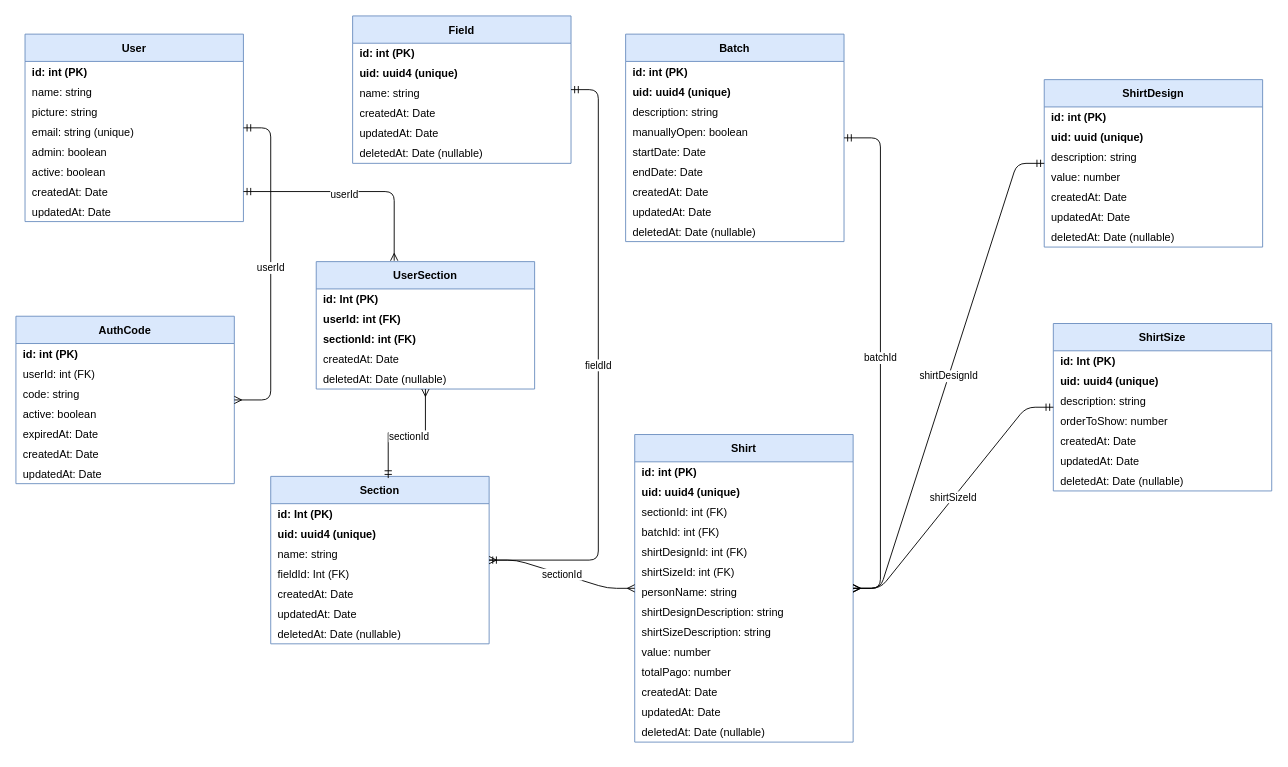
Before: docs/diagrama-db.drawio in gelira/ujad-camisas, a draw.io diagram. Source tidied: cells renumbered, new cells numbered last; positions are measured from the earlier drawing's top-left corner, leaving out a move shared by most shapes. Both pictures are drawn from the tidied source at 91%, with x=0, y=0 at pixel (15, 15).
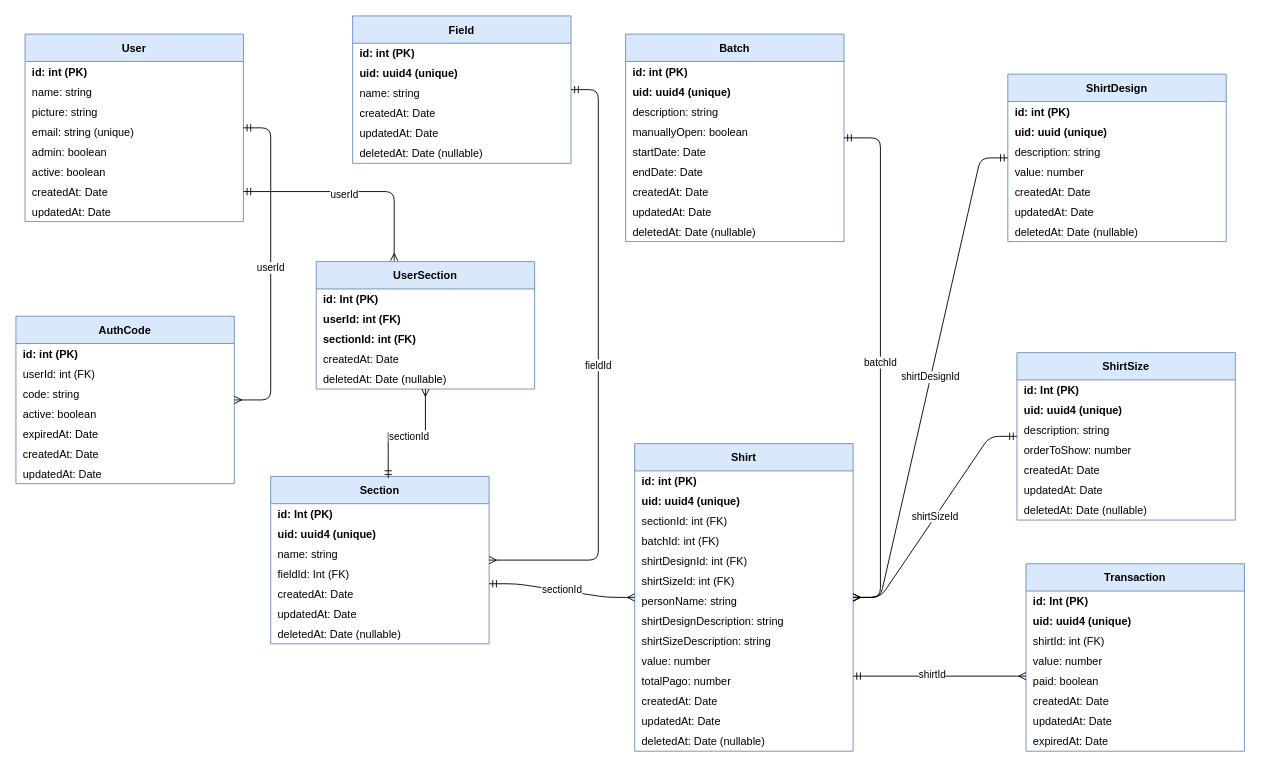
Above is the later version.

The change refers to these unchanged cells:
```xml
<mxCell id="26" value="Section" style="swimlane;fontStyle=1;horizontal=1;startSize=30;fillColor=#dae8fc;strokeColor=#6c8ebf;" parent="1" vertex="1">
  <mxGeometry x="280" y="506" width="240" height="184" as="geometry" />
</mxCell>
<mxCell id="30" value="fieldId: Int (FK)" style="text;align=left;verticalAlign=middle;spacingLeft=6;" parent="26" vertex="1">
  <mxGeometry y="96" width="240" height="22" as="geometry" />
</mxCell>
<mxCell id="55" value="totalPago: number" style="text;align=left;verticalAlign=middle;spacingLeft=6;" parent="44" vertex="1">
  <mxGeometry y="250" width="240" height="22" as="geometry" />
</mxCell>
```

What changed in the source:
```diff
@@
     <mxCell id="44" value="Shirt" style="swimlane;fontStyle=1;horizontal=1;startSize=30;fillColor=#dae8fc;strokeColor=#6c8ebf;" parent="1" vertex="1">
-      <mxGeometry x="680" y="460" width="240" height="338" as="geometry" />
+      <mxGeometry x="680" y="470" width="240" height="338" as="geometry" />
     </mxCell>
@@
     <mxCell id="59" value="ShirtDesign" style="swimlane;fontStyle=1;horizontal=1;startSize=30;fillColor=#dae8fc;strokeColor=#6c8ebf;" parent="1" vertex="1">
-      <mxGeometry x="1130" y="70" width="240" height="184" as="geometry" />
+      <mxGeometry x="1090" y="64" width="240" height="184" as="geometry" />
     </mxCell>
@@
     <mxCell id="67" value="ShirtSize" style="swimlane;fontStyle=1;horizontal=1;startSize=30;fillColor=#dae8fc;strokeColor=#6c8ebf;" parent="1" vertex="1">
-      <mxGeometry x="1140" y="338" width="240" height="184" as="geometry" />
+      <mxGeometry x="1100" y="370" width="240" height="184" as="geometry" />
     </mxCell>
@@
-    <mxCell id="77" value="sectionId" style="edgeStyle=entityRelationEdgeStyle;endArrow=ERmandOne;startArrow=ERmany;html=1;" parent="1" edge="1" source="44" target="26">
+    <mxCell id="77" value="sectionId" style="edgeStyle=entityRelationEdgeStyle;endArrow=ERmandOne;startArrow=ERmany;html=1;entryX=1;entryY=1;entryDx=0;entryDy=0;" parent="1" edge="1" source="44" target="30">
       <mxGeometry relative="1" as="geometry" />
     </mxCell>
@@
+    <mxCell id="91" value="Transaction" style="swimlane;fontStyle=1;horizontal=1;startSize=30;fillColor=#dae8fc;strokeColor=#6c8ebf;" parent="1" vertex="1">
+      <mxGeometry x="1110" y="602" width="240" height="206" as="geometry" />
+    </mxCell>
+    <mxCell id="92" value="id: Int (PK)" style="text;align=left;verticalAlign=middle;spacingLeft=6;fontStyle=1;" parent="91" vertex="1">
+      <mxGeometry y="30" width="240" height="22" as="geometry" />
+    </mxCell>
+    <mxCell id="93" value="uid: uuid4 (unique)" style="text;align=left;verticalAlign=middle;spacingLeft=6;fontStyle=1;" parent="91" vertex="1">
+      <mxGeometry y="52" width="240" height="22" as="geometry" />
+    </mxCell>
+    <mxCell id="94" value="shirtId: int (FK)" style="text;align=left;verticalAlign=middle;spacingLeft=6;" parent="91" vertex="1">
+      <mxGeometry y="74" width="240" height="22" as="geometry" />
+    </mxCell>
+    <mxCell id="95" value="value: number" style="text;align=left;verticalAlign=middle;spacingLeft=6;" parent="91" vertex="1">
+      <mxGeometry y="96" width="240" height="22" as="geometry" />
+    </mxCell>
+    <mxCell id="96" value="paid: boolean" style="text;align=left;verticalAlign=middle;spacingLeft=6;" parent="91" vertex="1">
+      <mxGeometry y="118" width="240" height="22" as="geometry" />
+    </mxCell>
+    <mxCell id="97" value="createdAt: Date" style="text;align=left;verticalAlign=middle;spacingLeft=6;" parent="91" vertex="1">
+      <mxGeometry y="140" width="240" height="22" as="geometry" />
+    </mxCell>
+    <mxCell id="98" value="updatedAt: Date" style="text;align=left;verticalAlign=middle;spacingLeft=6;" parent="91" vertex="1">
+      <mxGeometry y="162" width="240" height="22" as="geometry" />
+    </mxCell>
+    <mxCell id="99" value="expiredAt: Date" style="text;align=left;verticalAlign=middle;spacingLeft=6;" parent="91" vertex="1">
+      <mxGeometry y="184" width="240" height="22" as="geometry" />
+    </mxCell>
+    <mxCell id="100" style="edgeStyle=orthogonalEdgeStyle;rounded=1;jettySize=auto;html=1;exitX=1;exitY=0.25;exitDx=0;exitDy=0;entryX=0;entryY=0.25;entryDx=0;entryDy=0;defaultLabelBackgroundColor=page;curved=0;startArrow=ERmandOne;startFill=0;endArrow=ERmany;endFill=0;" parent="1" edge="1" source="55" target="96">
+      <mxGeometry relative="1" as="geometry" />
+    </mxCell>
+    <mxCell id="101" value="shirtId" style="edgeLabel;html=1;align=center;verticalAlign=middle;inheritText=1;defaultLabelBackgroundColor=page;" parent="100" vertex="1">
+      <mxGeometry x="-0.09" y="2" relative="1" as="geometry" />
+    </mxCell>
```
